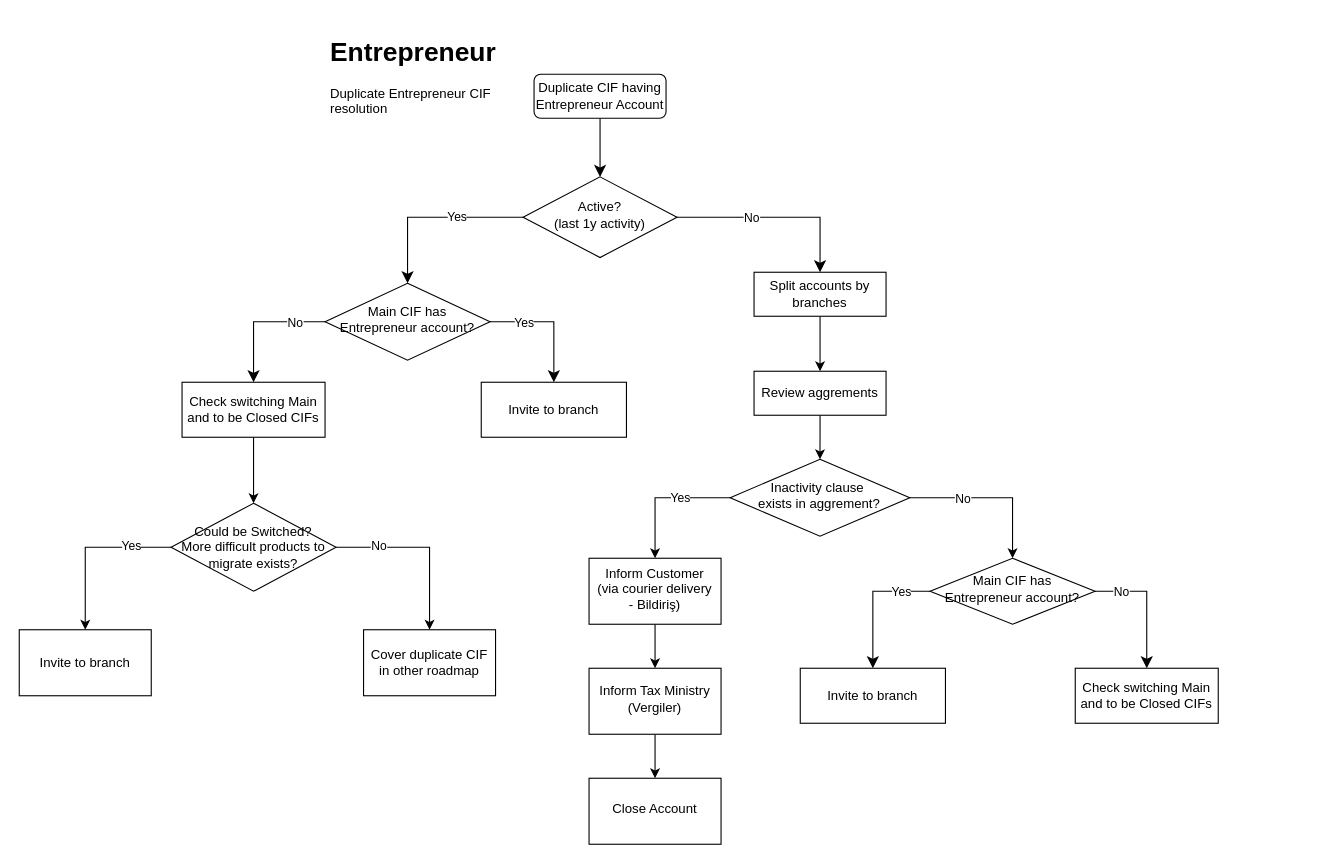
Sarkhan999/Diagrams keeps this draw.io diagram as Entrepreneur Dup.drawio. Above is the earlier version. Source tidied: cells renumbered, new cells numbered last; positions are measured from the earlier drawing's top-left corner, leaving out a move shared by most shapes. Both pictures are drawn from the tidied source at 110%, with x=0, y=0 at pixel (19, 30).
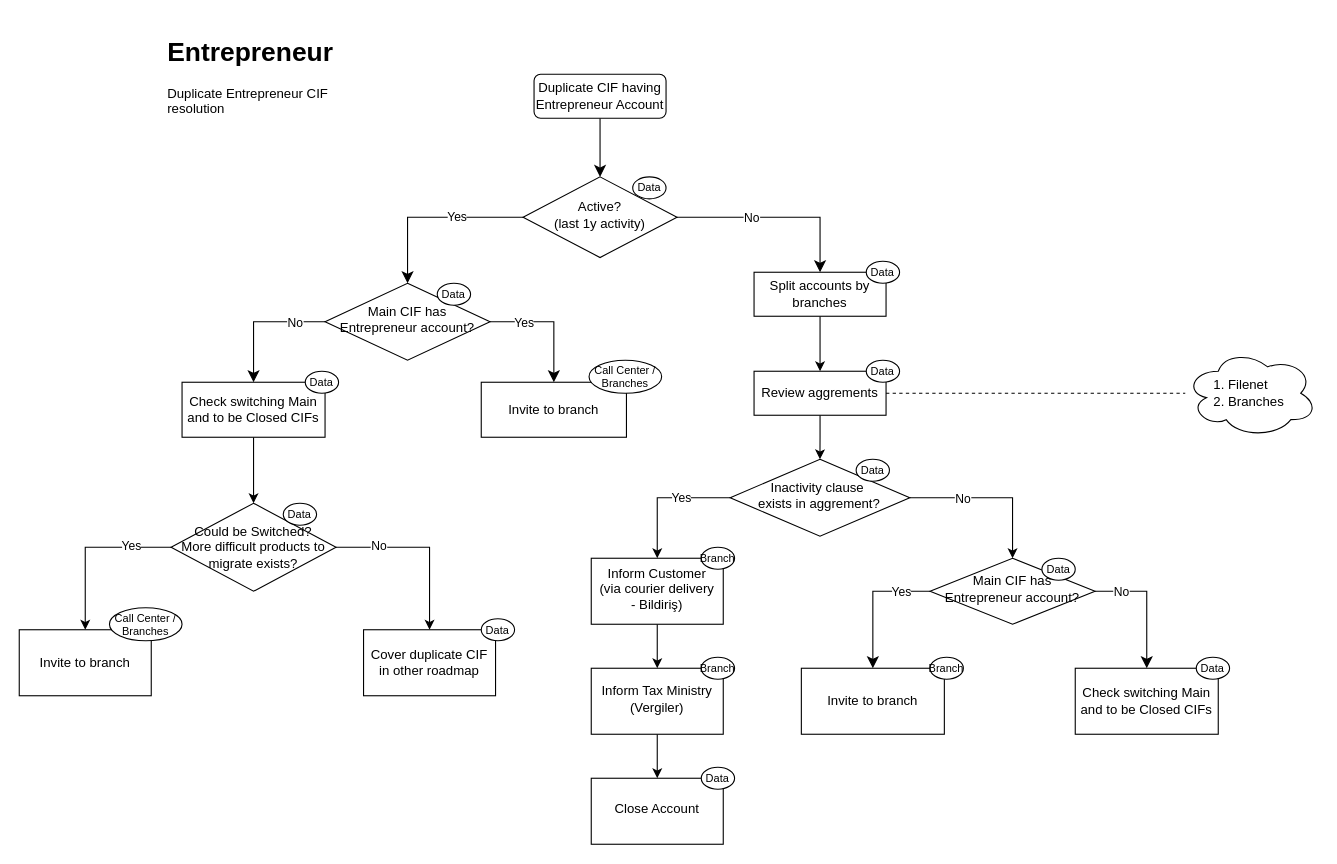
After the change.

Unchanged cells that the change refers to:
```xml
<mxCell id="21" value="Review aggrements" style="rounded=0;whiteSpace=wrap;html=1;fontSize=12;glass=0;strokeWidth=1;shadow=0;" parent="1" vertex="1">
  <mxGeometry x="668" y="310" width="120" height="40" as="geometry" />
</mxCell>
```

Change to the diagram source:
```diff
@@
     <mxCell id="19" value="&lt;h1&gt;Entrepreneur&lt;/h1&gt;&lt;p&gt;Duplicate Entrepreneur CIF resolution&lt;/p&gt;" style="text;html=1;spacing=5;spacingTop=-20;whiteSpace=wrap;overflow=hidden;rounded=0;" parent="1" vertex="1">
-      <mxGeometry x="278" width="190" height="120" as="geometry" />
+      <mxGeometry x="130" width="190" height="120" as="geometry" />
     </mxCell>
@@
     <mxCell id="28" value="Inform Customer (via courier delivery - Bildiriş)" style="whiteSpace=wrap;html=1;shadow=0;strokeWidth=1;spacing=6;spacingTop=-4;" parent="1" vertex="1">
-      <mxGeometry x="518" y="480" width="120" height="60" as="geometry" />
+      <mxGeometry x="520" y="480" width="120" height="60" as="geometry" />
     </mxCell>
@@
     <mxCell id="30" value="Inform Tax Ministry&lt;br&gt;(Vergiler)" style="whiteSpace=wrap;html=1;shadow=0;strokeWidth=1;spacing=6;spacingTop=-4;" parent="1" vertex="1">
-      <mxGeometry x="518" y="580" width="120" height="60" as="geometry" />
+      <mxGeometry x="520" y="580" width="120" height="60" as="geometry" />
     </mxCell>
     <mxCell id="31" value="Close Account" style="whiteSpace=wrap;html=1;shadow=0;strokeWidth=1;spacing=6;spacingTop=-4;" parent="1" vertex="1">
-      <mxGeometry x="518" y="680" width="120" height="60" as="geometry" />
+      <mxGeometry x="520" y="680" width="120" height="60" as="geometry" />
     </mxCell>
@@
     <mxCell id="37" value="Check switching Main and to be Closed CIFs" style="rounded=0;whiteSpace=wrap;html=1;fontSize=12;glass=0;strokeWidth=1;shadow=0;" parent="1" vertex="1">
-      <mxGeometry x="960" y="580" width="130" height="50" as="geometry" />
+      <mxGeometry x="960" y="580" width="130" height="60" as="geometry" />
     </mxCell>
     <mxCell id="38" value="Invite to branch" style="rounded=0;whiteSpace=wrap;html=1;fontSize=12;glass=0;strokeWidth=1;shadow=0;" parent="1" vertex="1">
-      <mxGeometry x="710" y="580" width="132" height="50" as="geometry" />
+      <mxGeometry x="711" y="580" width="130" height="60" as="geometry" />
     </mxCell>
@@
+    <mxCell id="46" value="Data" style="ellipse;whiteSpace=wrap;html=1;fontSize=10;" parent="1" vertex="1">
+      <mxGeometry x="770" y="210" width="30.3" height="20" as="geometry" />
+    </mxCell>
+    <mxCell id="47" value="Data" style="ellipse;whiteSpace=wrap;html=1;fontSize=10;" parent="1" vertex="1">
+      <mxGeometry x="770" y="300" width="30.3" height="20" as="geometry" />
+    </mxCell>
+    <mxCell id="48" value="Data" style="ellipse;whiteSpace=wrap;html=1;fontSize=10;" parent="1" vertex="1">
+      <mxGeometry x="760.8" y="390" width="30.3" height="20" as="geometry" />
+    </mxCell>
+    <mxCell id="49" value="Data" style="ellipse;whiteSpace=wrap;html=1;fontSize=10;" parent="1" vertex="1">
+      <mxGeometry x="557.7" y="133.3" width="30.3" height="20" as="geometry" />
+    </mxCell>
+    <mxCell id="50" value="Data" style="ellipse;whiteSpace=wrap;html=1;fontSize=10;" parent="1" vertex="1">
+      <mxGeometry x="929.7" y="480" width="30.3" height="20" as="geometry" />
+    </mxCell>
+    <mxCell id="51" value="Data" style="ellipse;whiteSpace=wrap;html=1;fontSize=10;" parent="1" vertex="1">
+      <mxGeometry x="380" y="230" width="30.3" height="20" as="geometry" />
+    </mxCell>
+    <mxCell id="52" value="Call Center / Branches" style="ellipse;whiteSpace=wrap;html=1;fontSize=10;" parent="1" vertex="1">
+      <mxGeometry x="518" y="300" width="66" height="30" as="geometry" />
+    </mxCell>
+    <mxCell id="53" value="Data" style="ellipse;whiteSpace=wrap;html=1;fontSize=10;" parent="1" vertex="1">
+      <mxGeometry x="260" y="310" width="30.3" height="20" as="geometry" />
+    </mxCell>
+    <mxCell id="54" value="Data" style="ellipse;whiteSpace=wrap;html=1;fontSize=10;" parent="1" vertex="1">
+      <mxGeometry x="240" y="430" width="30.3" height="20" as="geometry" />
+    </mxCell>
+    <mxCell id="55" value="Data" style="ellipse;whiteSpace=wrap;html=1;fontSize=10;" parent="1" vertex="1">
+      <mxGeometry x="420" y="535" width="30.3" height="20" as="geometry" />
+    </mxCell>
+    <mxCell id="56" value="Call Center / Branches" style="ellipse;whiteSpace=wrap;html=1;fontSize=10;" parent="1" vertex="1">
+      <mxGeometry x="82" y="525" width="66" height="30" as="geometry" />
+    </mxCell>
+    <mxCell id="57" value="Data" style="ellipse;whiteSpace=wrap;html=1;fontSize=10;" parent="1" vertex="1">
+      <mxGeometry x="1070" y="570" width="30.3" height="20" as="geometry" />
+    </mxCell>
+    <mxCell id="58" style="endArrow=none;dashed=1;html=1;rounded=0;exitX=1;exitY=0.5;exitDx=0;exitDy=0;" parent="1" edge="1" source="21" target="59">
+      <mxGeometry relative="1" as="geometry" />
+    </mxCell>
+    <mxCell id="59" value="1. Filenet&lt;br&gt;&lt;div style=&quot;&quot;&gt;&lt;span style=&quot;background-color: initial;&quot;&gt;2. Branches&lt;/span&gt;&lt;/div&gt;" style="ellipse;shape=cloud;whiteSpace=wrap;html=1;align=left;spacingTop=0;spacing=26;" parent="1" vertex="1">
+      <mxGeometry x="1060" y="290" width="120" height="80" as="geometry" />
+    </mxCell>
+    <mxCell id="60" value="Branch" style="ellipse;whiteSpace=wrap;html=1;fontSize=10;" parent="1" vertex="1">
+      <mxGeometry x="620" y="470" width="30.3" height="20" as="geometry" />
+    </mxCell>
+    <mxCell id="61" value="Branch" style="ellipse;whiteSpace=wrap;html=1;fontSize=10;" parent="1" vertex="1">
+      <mxGeometry x="620" y="570" width="30.3" height="20" as="geometry" />
+    </mxCell>
+    <mxCell id="62" value="Data" style="ellipse;whiteSpace=wrap;html=1;fontSize=10;" parent="1" vertex="1">
+      <mxGeometry x="620" y="670" width="30.3" height="20" as="geometry" />
+    </mxCell>
+    <mxCell id="63" value="Branch" style="ellipse;whiteSpace=wrap;html=1;fontSize=10;" parent="1" vertex="1">
+      <mxGeometry x="828" y="570" width="30.3" height="20" as="geometry" />
+    </mxCell>
```
